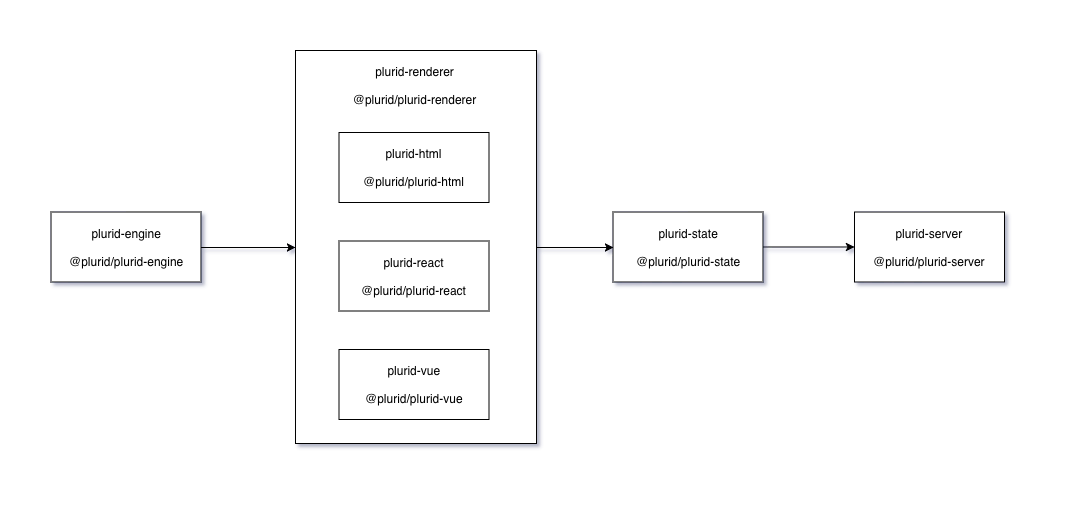
This is about/plurid-flow.png from plurid/plurid, a draw.io export, as it was before one commit. Source tidied: cells renumbered, new cells last; positions are measured from the earlier drawing's top-left corner, leaving out a move shared by most shapes.
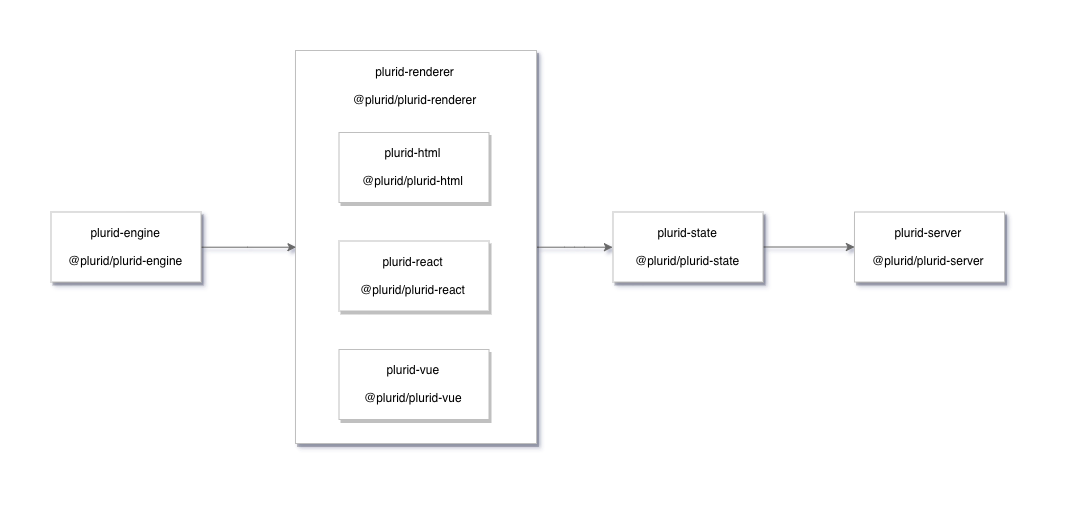
Later version of the same file.

Commit message:
about: diagrams

Change to the diagram source:
```diff
@@ -2,37 +2,37 @@
   <root>
     <mxCell id="0" />
     <mxCell id="1" parent="0" />
-    <mxCell id="2" style="edgeStyle=orthogonalEdgeStyle;rounded=0;jettySize=auto;html=1;entryX=0;entryY=0.5;entryDx=0;entryDy=0;" parent="1" edge="1" source="3" target="7">
+    <mxCell id="2" style="edgeStyle=orthogonalEdgeStyle;rounded=1;jettySize=auto;html=1;entryX=0;entryY=0.5;entryDx=0;entryDy=0;strokeColor=#696969;" parent="1" edge="1" source="3" target="7">
       <mxGeometry relative="1" as="geometry" />
     </mxCell>
-    <mxCell id="3" style="rounded=0;whiteSpace=wrap;html=1;" parent="1" vertex="1">
+    <mxCell id="3" style="rounded=0;whiteSpace=wrap;html=1;shadow=1;strokeColor=#BFBFBF;fillColor=#ffffff;" parent="1" vertex="1">
       <mxGeometry x="245" width="241" height="393" as="geometry" />
     </mxCell>
-    <mxCell id="4" style="edgeStyle=orthogonalEdgeStyle;rounded=0;jettySize=auto;html=1;entryX=0;entryY=0.5;entryDx=0;entryDy=0;" parent="1" edge="1" source="5" target="3">
+    <mxCell id="4" style="edgeStyle=orthogonalEdgeStyle;jettySize=auto;html=1;entryX=0;entryY=0.5;entryDx=0;entryDy=0;strokeColor=#696969;curved=1;" parent="1" edge="1" source="5" target="3">
       <mxGeometry relative="1" as="geometry" />
     </mxCell>
-    <mxCell id="5" value="plurid-engine&lt;br&gt;&lt;br&gt;@plurid/plurid-engine&lt;br&gt;" style="html=1;" parent="1" vertex="1">
+    <mxCell id="5" value="plurid-engine&lt;br&gt;&lt;br&gt;@plurid/plurid-engine&lt;br&gt;" style="html=1;rounded=0;shadow=1;strokeColor=#BFBFBF;" parent="1" vertex="1">
       <mxGeometry x="0.5" y="161.5" width="150" height="70" as="geometry" />
     </mxCell>
-    <mxCell id="6" style="edgeStyle=orthogonalEdgeStyle;rounded=0;jettySize=auto;html=1;" parent="1" edge="1" source="7" target="12">
+    <mxCell id="6" style="edgeStyle=orthogonalEdgeStyle;rounded=1;jettySize=auto;html=1;strokeColor=#696969;" parent="1" edge="1" source="7" target="12">
       <mxGeometry relative="1" as="geometry" />
     </mxCell>
-    <mxCell id="7" value="plurid-state&lt;br&gt;&lt;br&gt;@plurid/plurid-state&lt;br&gt;" style="html=1;" parent="1" vertex="1">
+    <mxCell id="7" value="plurid-state&lt;br&gt;&lt;br&gt;@plurid/plurid-state&lt;br&gt;" style="html=1;rounded=0;shadow=1;strokeColor=#BFBFBF;" parent="1" vertex="1">
       <mxGeometry x="562.5" y="161.5" width="150" height="70" as="geometry" />
     </mxCell>
-    <mxCell id="8" value="plurid-html&lt;br&gt;&lt;br&gt;@plurid/plurid-html&lt;br&gt;" style="html=1;" parent="1" vertex="1">
+    <mxCell id="8" value="plurid-html&lt;br&gt;&lt;br&gt;@plurid/plurid-html&lt;br&gt;" style="html=1;strokeColor=#BFBFBF;shadow=1;rounded=0;" parent="1" vertex="1">
       <mxGeometry x="288.5" y="82" width="150" height="70" as="geometry" />
     </mxCell>
-    <mxCell id="9" value="plurid-react&lt;br&gt;&lt;br&gt;@plurid/plurid-react&lt;br&gt;" style="html=1;" parent="1" vertex="1">
+    <mxCell id="9" value="plurid-react&lt;br&gt;&lt;br&gt;@plurid/plurid-react&lt;br&gt;" style="html=1;rounded=0;shadow=1;strokeColor=#BFBFBF;" parent="1" vertex="1">
       <mxGeometry x="288.5" y="190.5" width="150" height="70" as="geometry" />
     </mxCell>
-    <mxCell id="10" value="plurid-vue&lt;br&gt;&lt;br&gt;@plurid/plurid-vue&lt;br&gt;" style="html=1;" parent="1" vertex="1">
+    <mxCell id="10" value="plurid-vue&lt;br&gt;&lt;br&gt;@plurid/plurid-vue&lt;br&gt;" style="html=1;rounded=0;shadow=1;strokeColor=#BFBFBF;" parent="1" vertex="1">
       <mxGeometry x="288.5" y="299" width="150" height="70" as="geometry" />
     </mxCell>
     <mxCell id="11" value="plurid-renderer&lt;br&gt;&lt;br&gt;@plurid/plurid-renderer&lt;br&gt;" style="text;html=1;strokeColor=none;fillColor=none;align=center;verticalAlign=middle;whiteSpace=wrap;rounded=0;" parent="1" vertex="1">
       <mxGeometry x="285" y="9.5" width="157" height="51" as="geometry" />
     </mxCell>
-    <mxCell id="12" value="plurid-server&lt;br&gt;&lt;br&gt;@plurid/plurid-server&lt;br&gt;" style="html=1;" parent="1" vertex="1">
+    <mxCell id="12" value="plurid-server&lt;br&gt;&lt;br&gt;@plurid/plurid-server&lt;br&gt;" style="html=1;rounded=0;shadow=1;strokeColor=#BFBFBF;" parent="1" vertex="1">
       <mxGeometry x="804" y="161.5" width="150" height="70" as="geometry" />
     </mxCell>
   </root>
```
